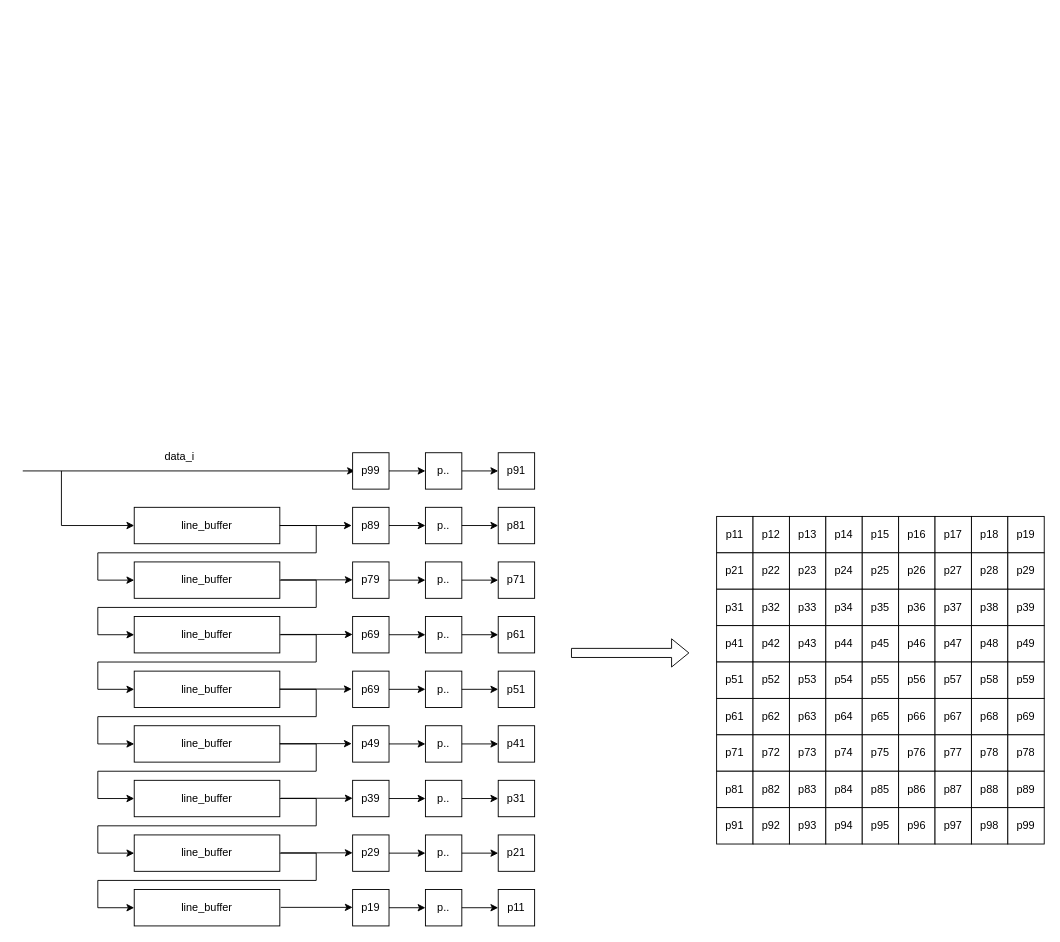
Above: draw/PreparationModules/Preparation.drawio in Hieuueihm/Thesis (draw.io), before the change. Source tidied: cells renumbered, new cells numbered last; positions are measured from the earlier drawing's top-left corner, leaving out a move shared by most shapes. Both pictures are drawn from the tidied source at 91%, with x=0, y=0 at pixel (23, 443).
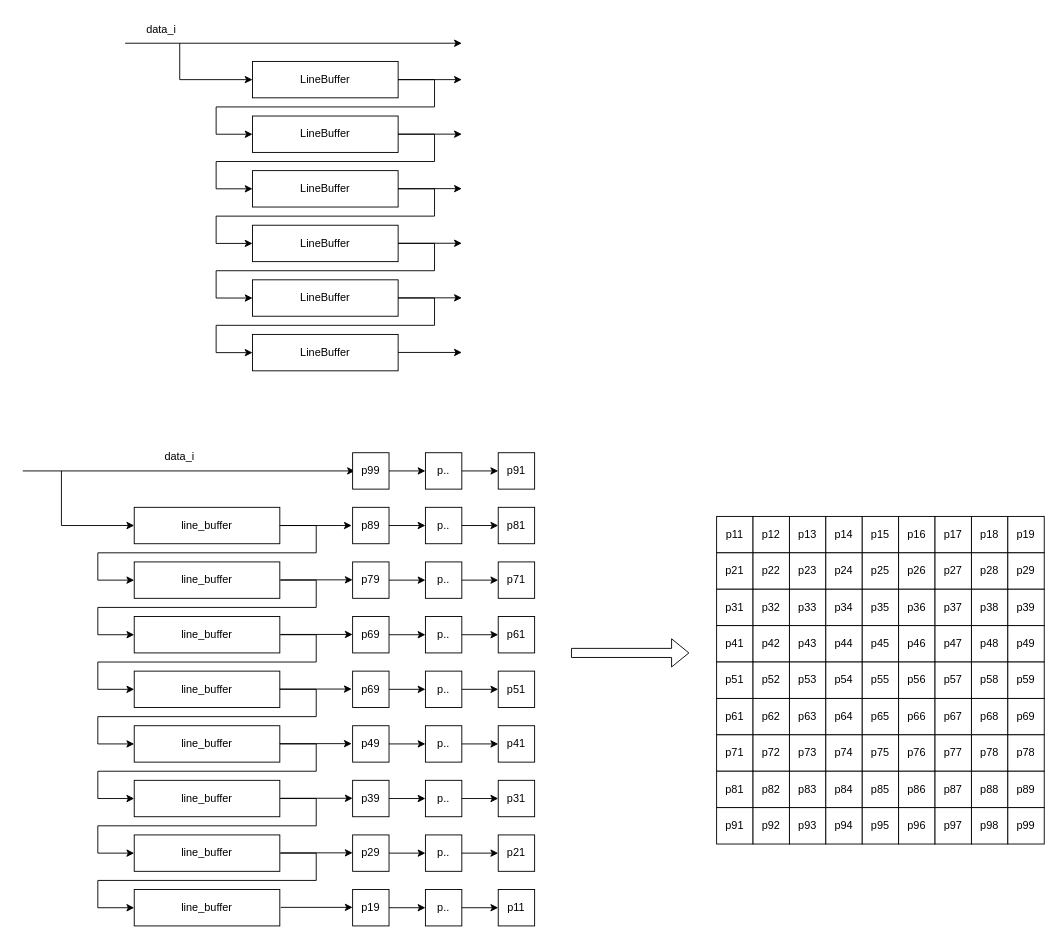
Above is the later version.

The edit, as a diff of the source:
```diff
@@
+    <mxCell id="163" style="group;" parent="1" vertex="1">
+      <mxGeometry x="112" y="-470" width="370" height="390" as="geometry" />
+    </mxCell>
+    <mxCell id="164" value="data_i" style="text;html=1;align=center;verticalAlign=middle;whiteSpace=wrap;rounded=0;" parent="163" vertex="1">
+      <mxGeometry x="10" width="60" height="30" as="geometry" />
+    </mxCell>
+    <mxCell id="165" value="LineBuffer" style="rounded=0;whiteSpace=wrap;html=1;" parent="163" vertex="1">
+      <mxGeometry x="140" y="50" width="160" height="40" as="geometry" />
+    </mxCell>
+    <mxCell id="166" value="LineBuffer" style="rounded=0;whiteSpace=wrap;html=1;" parent="163" vertex="1">
+      <mxGeometry x="140" y="110" width="160" height="40" as="geometry" />
+    </mxCell>
+    <mxCell id="167" value="LineBuffer" style="rounded=0;whiteSpace=wrap;html=1;" parent="163" vertex="1">
+      <mxGeometry x="140" y="170" width="160" height="40" as="geometry" />
+    </mxCell>
+    <mxCell id="168" value="LineBuffer" style="rounded=0;whiteSpace=wrap;html=1;" parent="163" vertex="1">
+      <mxGeometry x="140" y="230" width="160" height="40" as="geometry" />
+    </mxCell>
+    <mxCell id="169" value="LineBuffer" style="rounded=0;whiteSpace=wrap;html=1;" parent="163" vertex="1">
+      <mxGeometry x="140" y="290" width="160" height="40" as="geometry" />
+    </mxCell>
+    <mxCell id="170" value="LineBuffer" style="rounded=0;whiteSpace=wrap;html=1;" parent="163" vertex="1">
+      <mxGeometry x="140" y="350" width="160" height="40" as="geometry" />
+    </mxCell>
+    <mxCell id="171" style="endArrow=classic;html=1;rounded=0;entryX=0;entryY=0.5;entryDx=0;entryDy=0;" parent="163" edge="1" target="165">
+      <mxGeometry relative="1" as="geometry">
+        <mxPoint x="60" y="30" as="sourcePoint" />
+        <Array as="points">
+          <mxPoint x="60" y="70" />
+        </Array>
+      </mxGeometry>
+    </mxCell>
+    <mxCell id="172" style="endArrow=classic;html=1;rounded=0;exitX=1;exitY=0.5;exitDx=0;exitDy=0;entryX=0;entryY=0.5;entryDx=0;entryDy=0;" parent="163" edge="1" source="165" target="166">
+      <mxGeometry relative="1" as="geometry">
+        <Array as="points">
+          <mxPoint x="340" y="70" />
+          <mxPoint x="340" y="100" />
+          <mxPoint x="100" y="100" />
+          <mxPoint x="100" y="130" />
+        </Array>
+      </mxGeometry>
+    </mxCell>
+    <mxCell id="173" style="endArrow=classic;html=1;rounded=0;exitX=1;exitY=0.5;exitDx=0;exitDy=0;entryX=0;entryY=0.5;entryDx=0;entryDy=0;" parent="163" edge="1" source="166" target="167">
+      <mxGeometry relative="1" as="geometry">
+        <Array as="points">
+          <mxPoint x="340" y="130" />
+          <mxPoint x="340" y="160" />
+          <mxPoint x="100" y="160" />
+          <mxPoint x="100" y="190" />
+        </Array>
+      </mxGeometry>
+    </mxCell>
+    <mxCell id="174" style="endArrow=classic;html=1;rounded=0;exitX=1;exitY=0.5;exitDx=0;exitDy=0;entryX=0;entryY=0.5;entryDx=0;entryDy=0;" parent="163" edge="1">
+      <mxGeometry relative="1" as="geometry">
+        <mxPoint x="300" y="190" as="sourcePoint" />
+        <mxPoint x="140" y="250" as="targetPoint" />
+        <Array as="points">
+          <mxPoint x="340" y="190" />
+          <mxPoint x="340" y="220" />
+          <mxPoint x="100" y="220" />
+          <mxPoint x="100" y="250" />
+        </Array>
+      </mxGeometry>
+    </mxCell>
+    <mxCell id="175" style="endArrow=classic;html=1;rounded=0;exitX=1;exitY=0.5;exitDx=0;exitDy=0;entryX=0;entryY=0.5;entryDx=0;entryDy=0;" parent="163" edge="1">
+      <mxGeometry relative="1" as="geometry">
+        <mxPoint x="300" y="250" as="sourcePoint" />
+        <mxPoint x="140" y="310" as="targetPoint" />
+        <Array as="points">
+          <mxPoint x="340" y="250" />
+          <mxPoint x="340" y="280" />
+          <mxPoint x="100" y="280" />
+          <mxPoint x="100" y="310" />
+        </Array>
+      </mxGeometry>
+    </mxCell>
+    <mxCell id="176" style="endArrow=classic;html=1;rounded=0;exitX=1;exitY=0.5;exitDx=0;exitDy=0;entryX=0;entryY=0.5;entryDx=0;entryDy=0;" parent="163" edge="1">
+      <mxGeometry relative="1" as="geometry">
+        <mxPoint x="300" y="310" as="sourcePoint" />
+        <mxPoint x="140" y="370" as="targetPoint" />
+        <Array as="points">
+          <mxPoint x="340" y="310" />
+          <mxPoint x="340" y="340" />
+          <mxPoint x="100" y="340" />
+          <mxPoint x="100" y="370" />
+        </Array>
+      </mxGeometry>
+    </mxCell>
+    <mxCell id="177" style="endArrow=classic;html=1;rounded=0;" parent="163" edge="1">
+      <mxGeometry relative="1" as="geometry">
+        <mxPoint y="30" as="sourcePoint" />
+        <mxPoint x="370" y="30" as="targetPoint" />
+      </mxGeometry>
+    </mxCell>
+    <mxCell id="178" style="endArrow=classic;html=1;rounded=0;" parent="163" edge="1">
+      <mxGeometry relative="1" as="geometry">
+        <mxPoint x="300" y="70" as="sourcePoint" />
+        <mxPoint x="370" y="70" as="targetPoint" />
+      </mxGeometry>
+    </mxCell>
+    <mxCell id="179" style="endArrow=classic;html=1;rounded=0;" parent="163" edge="1">
+      <mxGeometry relative="1" as="geometry">
+        <mxPoint x="300" y="129.9" as="sourcePoint" />
+        <mxPoint x="370" y="129.9" as="targetPoint" />
+      </mxGeometry>
+    </mxCell>
+    <mxCell id="180" style="endArrow=classic;html=1;rounded=0;" parent="163" edge="1">
+      <mxGeometry relative="1" as="geometry">
+        <mxPoint x="300" y="189.8" as="sourcePoint" />
+        <mxPoint x="370" y="189.8" as="targetPoint" />
+      </mxGeometry>
+    </mxCell>
+    <mxCell id="181" style="endArrow=classic;html=1;rounded=0;" parent="163" edge="1">
+      <mxGeometry relative="1" as="geometry">
+        <mxPoint x="300" y="249.8" as="sourcePoint" />
+        <mxPoint x="370" y="249.8" as="targetPoint" />
+      </mxGeometry>
+    </mxCell>
+    <mxCell id="182" style="endArrow=classic;html=1;rounded=0;" parent="163" edge="1">
+      <mxGeometry relative="1" as="geometry">
+        <mxPoint x="300" y="309.8" as="sourcePoint" />
+        <mxPoint x="370" y="309.8" as="targetPoint" />
+      </mxGeometry>
+    </mxCell>
+    <mxCell id="183" style="endArrow=classic;html=1;rounded=0;" parent="163" edge="1">
+      <mxGeometry relative="1" as="geometry">
+        <mxPoint x="300" y="369.8" as="sourcePoint" />
+        <mxPoint x="370" y="369.8" as="targetPoint" />
+      </mxGeometry>
+    </mxCell>
```
